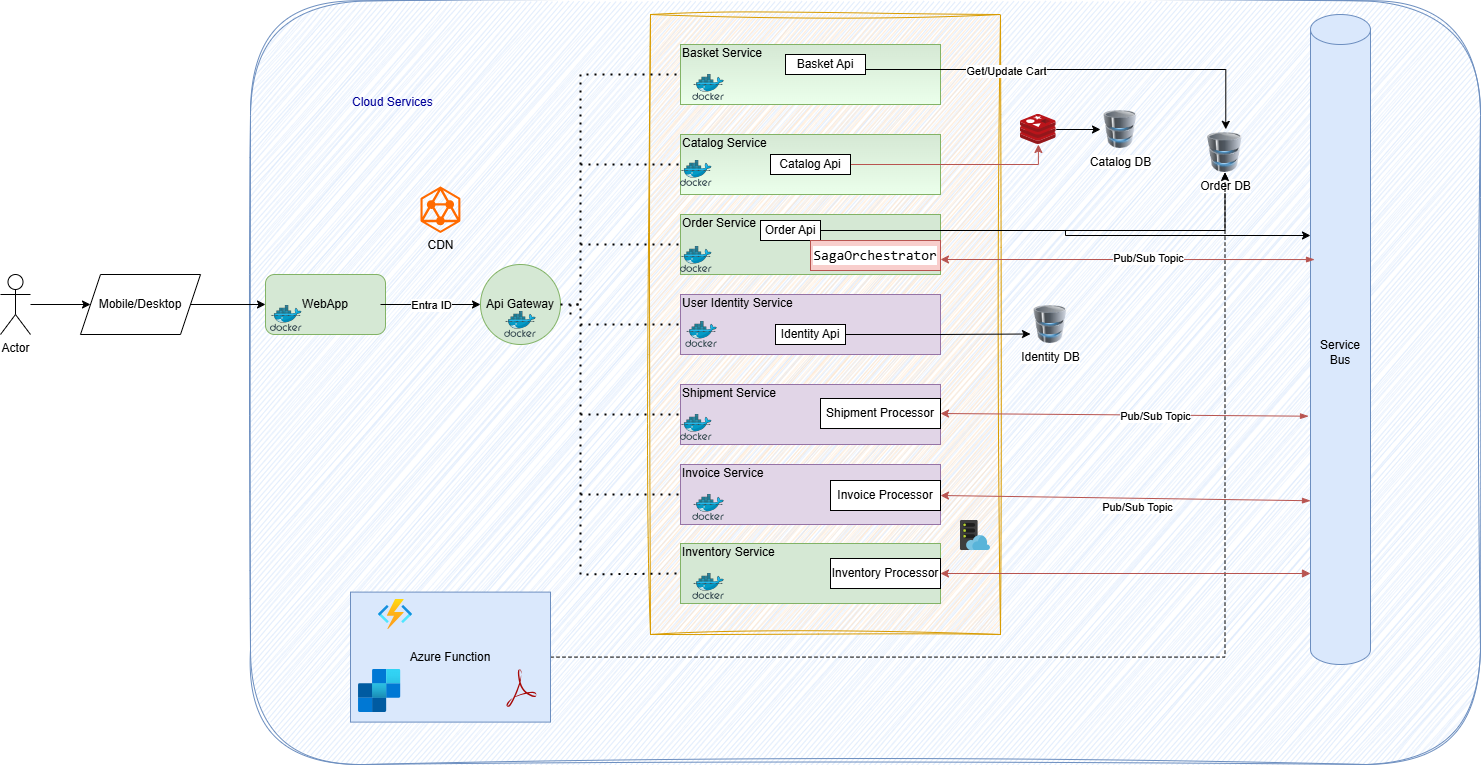
Earlier version of the draw.io export img/solution-Architecture.drawio.png (pdc78/microservice-shop). Source tidied: cells renumbered, new cells last; positions are measured from the earlier drawing's top-left corner, leaving out a move shared by most shapes.
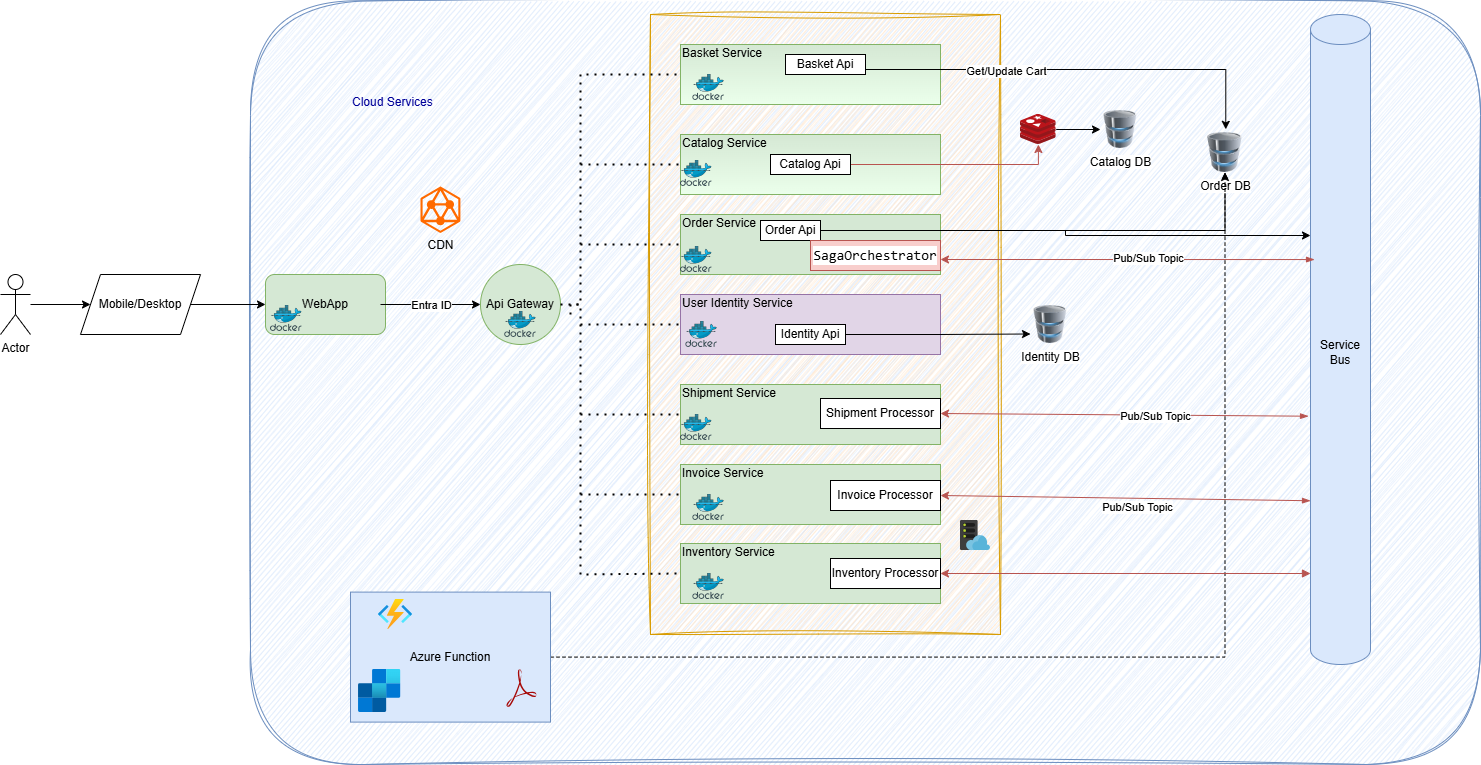
Above is the later version.

What changed in the source:
```diff
@@ -29,10 +29,10 @@
     <mxCell id="10" value="Basket Service&lt;div&gt;&lt;br&gt;&lt;/div&gt;&lt;div&gt;&lt;br&gt;&lt;/div&gt;&lt;div&gt;&lt;br&gt;&lt;/div&gt;" style="rounded=0;whiteSpace=wrap;html=1;fillColor=#d5e8d4;strokeColor=#82b366;gradientColor=light-dark(#ebffeb, #393939);align=left;" parent="1" vertex="1">
       <mxGeometry x="680" y="44" width="260" height="60" as="geometry" />
     </mxCell>
-    <mxCell id="11" value="Shipment Service&lt;div&gt;&lt;br&gt;&lt;/div&gt;&lt;div&gt;&lt;br&gt;&lt;/div&gt;&lt;div&gt;&lt;br&gt;&lt;/div&gt;" style="rounded=0;whiteSpace=wrap;html=1;fillColor=#e1d5e7;strokeColor=#9673a6;align=left;" parent="1" vertex="1">
+    <mxCell id="11" value="Shipment Service&lt;div&gt;&lt;br&gt;&lt;/div&gt;&lt;div&gt;&lt;br&gt;&lt;/div&gt;&lt;div&gt;&lt;br&gt;&lt;/div&gt;" style="rounded=0;whiteSpace=wrap;html=1;fillColor=#d5e8d4;strokeColor=#82b366;align=left;" parent="1" vertex="1">
       <mxGeometry x="680" y="384" width="260" height="60" as="geometry" />
     </mxCell>
-    <mxCell id="12" value="&lt;div style=&quot;&quot;&gt;&lt;span style=&quot;background-color: transparent; color: light-dark(rgb(0, 0, 0), rgb(255, 255, 255));&quot;&gt;Invoice Service&lt;/span&gt;&lt;/div&gt;&lt;div style=&quot;&quot;&gt;&lt;span style=&quot;background-color: transparent; color: light-dark(rgb(0, 0, 0), rgb(255, 255, 255));&quot;&gt;&lt;br&gt;&lt;/span&gt;&lt;/div&gt;&lt;div style=&quot;&quot;&gt;&lt;span style=&quot;background-color: transparent; color: light-dark(rgb(0, 0, 0), rgb(255, 255, 255));&quot;&gt;&lt;br&gt;&lt;/span&gt;&lt;/div&gt;&lt;div style=&quot;&quot;&gt;&lt;span style=&quot;background-color: transparent; color: light-dark(rgb(0, 0, 0), rgb(255, 255, 255));&quot;&gt;&lt;br&gt;&lt;/span&gt;&lt;/div&gt;" style="rounded=0;whiteSpace=wrap;html=1;fillColor=#e1d5e7;strokeColor=#9673a6;align=left;" parent="1" vertex="1">
+    <mxCell id="12" value="&lt;div style=&quot;&quot;&gt;&lt;span style=&quot;background-color: transparent; color: light-dark(rgb(0, 0, 0), rgb(255, 255, 255));&quot;&gt;Invoice Service&lt;/span&gt;&lt;/div&gt;&lt;div style=&quot;&quot;&gt;&lt;span style=&quot;background-color: transparent; color: light-dark(rgb(0, 0, 0), rgb(255, 255, 255));&quot;&gt;&lt;br&gt;&lt;/span&gt;&lt;/div&gt;&lt;div style=&quot;&quot;&gt;&lt;span style=&quot;background-color: transparent; color: light-dark(rgb(0, 0, 0), rgb(255, 255, 255));&quot;&gt;&lt;br&gt;&lt;/span&gt;&lt;/div&gt;&lt;div style=&quot;&quot;&gt;&lt;span style=&quot;background-color: transparent; color: light-dark(rgb(0, 0, 0), rgb(255, 255, 255));&quot;&gt;&lt;br&gt;&lt;/span&gt;&lt;/div&gt;" style="rounded=0;whiteSpace=wrap;html=1;fillColor=#d5e8d4;strokeColor=#82b366;align=left;" parent="1" vertex="1">
       <mxGeometry x="680" y="464" width="260" height="60" as="geometry" />
     </mxCell>
     <mxCell id="13" value="User Identity Service&lt;div&gt;&lt;br&gt;&lt;/div&gt;&lt;div&gt;&lt;br&gt;&lt;/div&gt;&lt;div&gt;&lt;br&gt;&lt;/div&gt;" style="rounded=0;whiteSpace=wrap;html=1;fillColor=#e1d5e7;strokeColor=#9673a6;align=left;" parent="1" vertex="1">
```
